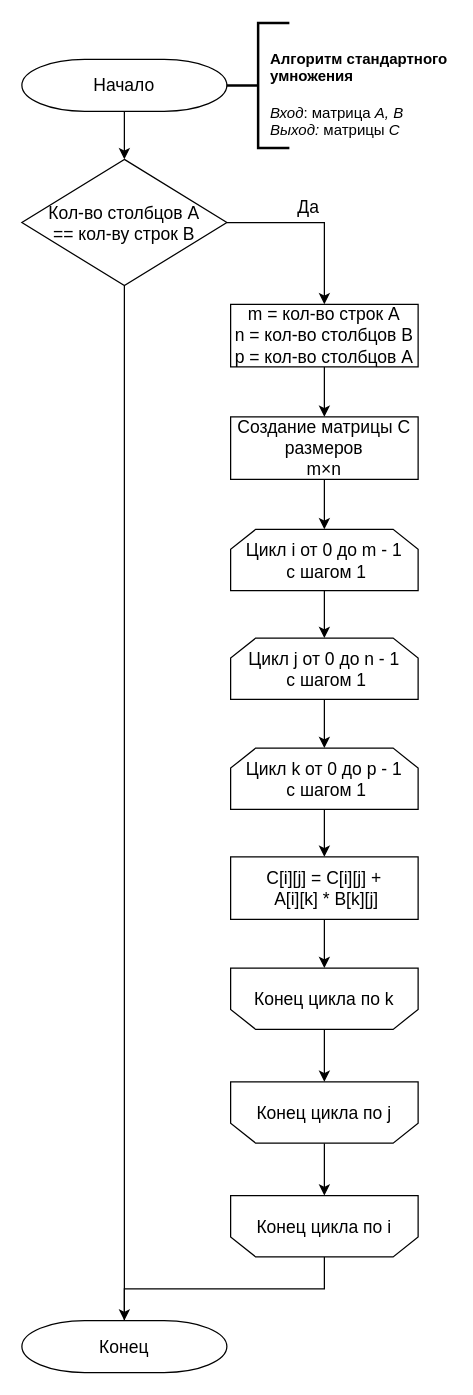
Earlier version of the draw.io diagram page "Стандартное умн." (1 of 6) of lab_02/report/schemes/algorithms.drawio (mshsvnv/AlgorithmAnalysis). Source tidied: cells renumbered, new cells numbered last; positions are measured from the earlier drawing's top-left corner, leaving out a move shared by most shapes. Both pictures are drawn from the tidied source at 125%, with x=0, y=0 at pixel (21, 22).
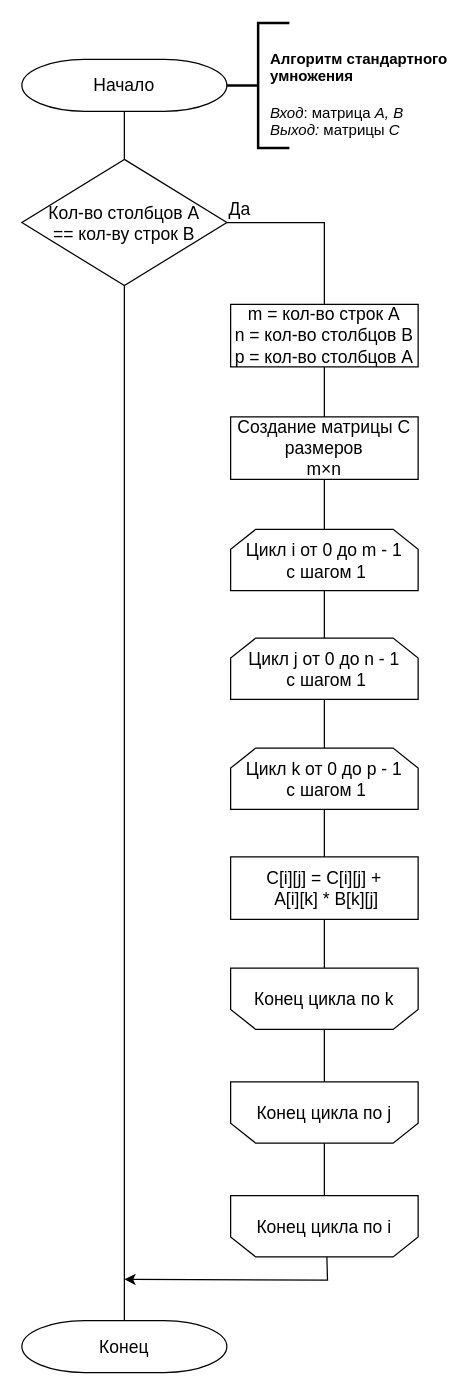
Above is the later version.

Unchanged cells that the change refers to:
```xml
<mxCell id="6" value="&lt;font style=&quot;font-size: 14px;&quot;&gt;Кол-во столбцов A &lt;br&gt;== кол-ву строк B&lt;/font&gt;" style="strokeWidth=1;html=1;shape=mxgraph.flowchart.decision;whiteSpace=wrap;rounded=0;fontSize=11;" parent="1" vertex="1">
  <mxGeometry y="109" width="164" height="101" as="geometry" />
</mxCell>
<mxCell id="8" value="&lt;font style=&quot;font-size: 14px;&quot;&gt;Начало&lt;/font&gt;" style="strokeWidth=1;html=1;shape=mxgraph.flowchart.terminator;whiteSpace=wrap;" parent="1" vertex="1">
  <mxGeometry y="29" width="164" height="41.5" as="geometry" />
</mxCell>
<mxCell id="10" value="&lt;font style=&quot;font-size: 14px;&quot;&gt;Цикл i от 0 до m - 1&lt;br&gt;&amp;nbsp;с шагом 1&lt;br&gt;&lt;/font&gt;" style="shape=loopLimit;whiteSpace=wrap;html=1;" parent="1" vertex="1">
  <mxGeometry x="167" y="405" width="150" height="49" as="geometry" />
</mxCell>
<mxCell id="12" value="&lt;font style=&quot;font-size: 14px;&quot;&gt;Создание матрицы С размеров &lt;br&gt;m×n&lt;br&gt;&lt;/font&gt;" style="rounded=0;whiteSpace=wrap;html=1;absoluteArcSize=1;arcSize=14;strokeWidth=1;" parent="1" vertex="1">
  <mxGeometry x="167" y="315" width="150" height="50" as="geometry" />
</mxCell>
<mxCell id="15" value="&lt;font style=&quot;font-size: 14px;&quot;&gt;Цикл j от 0 до n - 1&lt;br&gt;&amp;nbsp;с шагом 1&lt;br&gt;&lt;/font&gt;" style="shape=loopLimit;whiteSpace=wrap;html=1;" parent="1" vertex="1">
  <mxGeometry x="167" y="492" width="150" height="49" as="geometry" />
</mxCell>
<mxCell id="17" value="&lt;font style=&quot;font-size: 14px;&quot;&gt;Цикл k от 0 до p - 1&lt;br&gt;&amp;nbsp;с шагом 1&lt;br&gt;&lt;/font&gt;" style="shape=loopLimit;whiteSpace=wrap;html=1;" parent="1" vertex="1">
  <mxGeometry x="167" y="580" width="150" height="49" as="geometry" />
</mxCell>
<mxCell id="19" value="&lt;font style=&quot;font-size: 14px;&quot;&gt;C[i][j] = C[i][j] +&lt;br&gt;&amp;nbsp;A[i][k] * B[k][j]&lt;/font&gt;" style="rounded=0;whiteSpace=wrap;html=1;absoluteArcSize=1;arcSize=14;strokeWidth=1;" parent="1" vertex="1">
  <mxGeometry x="167" y="667" width="150" height="50" as="geometry" />
</mxCell>
<mxCell id="20" value="&lt;span style=&quot;font-size: 14px;&quot;&gt;Конец&lt;/span&gt;" style="strokeWidth=1;html=1;shape=mxgraph.flowchart.terminator;whiteSpace=wrap;" parent="1" vertex="1">
  <mxGeometry y="1038" width="164" height="41.5" as="geometry" />
</mxCell>
<mxCell id="21" value="&lt;font style=&quot;font-size: 14px;&quot;&gt;Конец цикла по i&lt;/font&gt;" style="shape=loopLimit;whiteSpace=wrap;html=1;flipV=1;" parent="1" vertex="1">
  <mxGeometry x="167" y="938" width="150" height="49" as="geometry" />
</mxCell>
<mxCell id="23" value="&lt;font style=&quot;font-size: 14px;&quot;&gt;Конец цикла по j&lt;/font&gt;" style="shape=loopLimit;whiteSpace=wrap;html=1;flipV=1;" parent="1" vertex="1">
  <mxGeometry x="167" y="847" width="150" height="49" as="geometry" />
</mxCell>
<mxCell id="25" value="&lt;font style=&quot;font-size: 14px;&quot;&gt;Конец цикла по k&lt;/font&gt;" style="shape=loopLimit;whiteSpace=wrap;html=1;flipV=1;" parent="1" vertex="1">
  <mxGeometry x="167" y="756" width="150" height="49" as="geometry" />
</mxCell>
<mxCell id="27" value="&lt;font style=&quot;font-size: 14px;&quot;&gt;m = кол-во строк A&lt;br&gt;n = кол-во столбцов B&lt;br&gt;p = кол-во столбцов A&lt;br&gt;&lt;/font&gt;" style="rounded=0;whiteSpace=wrap;html=1;absoluteArcSize=1;arcSize=14;strokeWidth=1;" parent="1" vertex="1">
  <mxGeometry x="167" y="225" width="150" height="50" as="geometry" />
</mxCell>
```

Diff of the diagram source:
```diff
@@
-    <mxCell id="3" style="edgeStyle=orthogonalEdgeStyle;rounded=0;hachureGap=4;jettySize=auto;html=1;exitX=1;exitY=0.5;exitDx=0;exitDy=0;exitPerimeter=0;fontFamily=Architects Daughter;fontSize=16;" parent="1" edge="1" source="6" target="27">
+    <mxCell id="3" style="edgeStyle=orthogonalEdgeStyle;rounded=0;hachureGap=4;jettySize=auto;html=1;exitX=1;exitY=0.5;exitDx=0;exitDy=0;exitPerimeter=0;fontFamily=Architects Daughter;fontSize=16;endArrow=none;endFill=0;startArrow=none;startFill=0;" parent="1" edge="1" source="6" target="27">
       <mxGeometry relative="1" as="geometry" />
     </mxCell>
-    <mxCell id="4" value="&lt;font style=&quot;font-size: 14px;&quot; face=&quot;Helvetica&quot;&gt;Да&lt;/font&gt;" style="edgeLabel;html=1;align=center;verticalAlign=middle;fontSize=20;fontFamily=Architects Daughter;" parent="3" vertex="1">
+    <mxCell id="4" value="&lt;font style=&quot;font-size: 14px;&quot; face=&quot;Helvetica&quot;&gt;Да&lt;/font&gt;" style="edgeLabel;html=1;align=center;verticalAlign=middle;fontSize=20;fontFamily=Architects Daughter;labelBackgroundColor=none;" parent="3" vertex="1">
       <mxGeometry x="-0.07" relative="1" as="geometry">
-        <mxPoint x="-3" y="-15" as="offset" />
+        <mxPoint x="-58" y="-13" as="offset" />
       </mxGeometry>
     </mxCell>
-    <mxCell id="5" style="edgeStyle=orthogonalEdgeStyle;rounded=0;hachureGap=4;jettySize=auto;html=1;exitX=0.5;exitY=1;exitDx=0;exitDy=0;exitPerimeter=0;fontFamily=Architects Daughter;fontSize=16;endArrow=none;endFill=0;" parent="1" edge="1" source="6" target="20">
+    <mxCell id="5" style="edgeStyle=orthogonalEdgeStyle;rounded=0;hachureGap=4;jettySize=auto;html=1;exitX=0.5;exitY=1;exitDx=0;exitDy=0;exitPerimeter=0;fontFamily=Architects Daughter;fontSize=16;endArrow=none;endFill=0;startArrow=none;startFill=0;" parent="1" edge="1" source="6" target="20">
       <mxGeometry relative="1" as="geometry" />
     </mxCell>
@@
-    <mxCell id="7" style="edgeStyle=orthogonalEdgeStyle;rounded=0;hachureGap=4;jettySize=auto;html=1;exitX=0.5;exitY=1;exitDx=0;exitDy=0;exitPerimeter=0;fontFamily=Architects Daughter;fontSize=16;" parent="1" edge="1" source="8" target="6">
+    <mxCell id="7" style="edgeStyle=orthogonalEdgeStyle;rounded=0;hachureGap=4;jettySize=auto;html=1;exitX=0.5;exitY=1;exitDx=0;exitDy=0;exitPerimeter=0;fontFamily=Architects Daughter;fontSize=16;endArrow=none;endFill=0;startArrow=none;startFill=0;" parent="1" edge="1" source="8" target="6">
       <mxGeometry relative="1" as="geometry" />
     </mxCell>
@@
-    <mxCell id="9" style="edgeStyle=orthogonalEdgeStyle;rounded=0;hachureGap=4;jettySize=auto;html=1;fontFamily=Architects Daughter;fontSize=16;" parent="1" edge="1" source="10" target="15">
+    <mxCell id="9" style="edgeStyle=orthogonalEdgeStyle;rounded=0;hachureGap=4;jettySize=auto;html=1;fontFamily=Architects Daughter;fontSize=16;endArrow=none;endFill=0;startArrow=none;startFill=0;" parent="1" edge="1" source="10" target="15">
       <mxGeometry relative="1" as="geometry" />
     </mxCell>
@@
-    <mxCell id="11" style="edgeStyle=orthogonalEdgeStyle;rounded=0;hachureGap=4;jettySize=auto;html=1;fontFamily=Architects Daughter;fontSize=16;" parent="1" edge="1" source="12" target="10">
+    <mxCell id="11" style="edgeStyle=orthogonalEdgeStyle;rounded=0;hachureGap=4;jettySize=auto;html=1;fontFamily=Architects Daughter;fontSize=16;endArrow=none;endFill=0;startArrow=none;startFill=0;" parent="1" edge="1" source="12" target="10">
       <mxGeometry relative="1" as="geometry" />
     </mxCell>
@@
-    <mxCell id="14" style="edgeStyle=orthogonalEdgeStyle;rounded=0;hachureGap=4;jettySize=auto;html=1;fontFamily=Architects Daughter;fontSize=16;" parent="1" edge="1" source="15" target="17">
+    <mxCell id="14" style="edgeStyle=orthogonalEdgeStyle;rounded=0;hachureGap=4;jettySize=auto;html=1;fontFamily=Architects Daughter;fontSize=16;endArrow=none;endFill=0;startArrow=none;startFill=0;" parent="1" edge="1" source="15" target="17">
       <mxGeometry relative="1" as="geometry" />
     </mxCell>
@@
-    <mxCell id="16" style="edgeStyle=orthogonalEdgeStyle;rounded=0;hachureGap=4;jettySize=auto;html=1;fontFamily=Architects Daughter;fontSize=16;" parent="1" edge="1" source="17" target="19">
+    <mxCell id="16" style="edgeStyle=orthogonalEdgeStyle;rounded=0;hachureGap=4;jettySize=auto;html=1;fontFamily=Architects Daughter;fontSize=16;endArrow=none;endFill=0;startArrow=none;startFill=0;" parent="1" edge="1" source="17" target="19">
       <mxGeometry relative="1" as="geometry" />
     </mxCell>
@@
-    <mxCell id="18" style="edgeStyle=orthogonalEdgeStyle;rounded=0;hachureGap=4;jettySize=auto;html=1;fontFamily=Architects Daughter;fontSize=16;" parent="1" edge="1" source="19" target="25">
+    <mxCell id="18" style="edgeStyle=orthogonalEdgeStyle;rounded=0;hachureGap=4;jettySize=auto;html=1;fontFamily=Architects Daughter;fontSize=16;endArrow=none;endFill=0;startArrow=none;startFill=0;" parent="1" edge="1" source="19" target="25">
       <mxGeometry relative="1" as="geometry" />
     </mxCell>
@@
-    <mxCell id="22" style="edgeStyle=orthogonalEdgeStyle;rounded=0;hachureGap=4;jettySize=auto;html=1;fontFamily=Architects Daughter;fontSize=16;" parent="1" edge="1" source="23" target="21">
+    <mxCell id="22" style="edgeStyle=orthogonalEdgeStyle;rounded=0;hachureGap=4;jettySize=auto;html=1;fontFamily=Architects Daughter;fontSize=16;endArrow=none;endFill=0;startArrow=none;startFill=0;" parent="1" edge="1" source="23" target="21">
       <mxGeometry relative="1" as="geometry" />
     </mxCell>
@@
-    <mxCell id="24" style="edgeStyle=orthogonalEdgeStyle;rounded=0;hachureGap=4;jettySize=auto;html=1;fontFamily=Architects Daughter;fontSize=16;" parent="1" edge="1" source="25" target="23">
+    <mxCell id="24" style="edgeStyle=orthogonalEdgeStyle;rounded=0;hachureGap=4;jettySize=auto;html=1;fontFamily=Architects Daughter;fontSize=16;endArrow=none;endFill=0;startArrow=none;startFill=0;" parent="1" edge="1" source="25" target="23">
       <mxGeometry relative="1" as="geometry" />
     </mxCell>
@@
-    <mxCell id="26" style="edgeStyle=orthogonalEdgeStyle;rounded=0;hachureGap=4;jettySize=auto;html=1;fontFamily=Architects Daughter;fontSize=16;" parent="1" edge="1" source="27" target="12">
+    <mxCell id="26" style="edgeStyle=orthogonalEdgeStyle;rounded=0;hachureGap=4;jettySize=auto;html=1;fontFamily=Architects Daughter;fontSize=16;endArrow=none;endFill=0;startArrow=none;startFill=0;" parent="1" edge="1" source="27" target="12">
       <mxGeometry relative="1" as="geometry" />
     </mxCell>
@@
-    <mxCell id="28" style="edgeStyle=orthogonalEdgeStyle;rounded=0;hachureGap=4;jettySize=auto;html=1;exitX=0.5;exitY=1;exitDx=0;exitDy=0;entryX=0.5;entryY=0;entryDx=0;entryDy=0;entryPerimeter=0;fontFamily=Architects Daughter;fontSize=16;" parent="1" edge="1" source="21" target="20">
-      <mxGeometry relative="1" as="geometry" />
-    </mxCell>
+    <mxCell id="29" style="endArrow=none;html=1;rounded=0;edgeStyle=orthogonalEdgeStyle;startArrow=classic;startFill=1;endFill=0;" parent="1" edge="1">
+      <mxGeometry relative="1" as="geometry">
+        <mxPoint x="82" y="1005" as="sourcePoint" />
+        <mxPoint x="244" y="987" as="targetPoint" />
+      </mxGeometry>
+    </mxCell>
```
